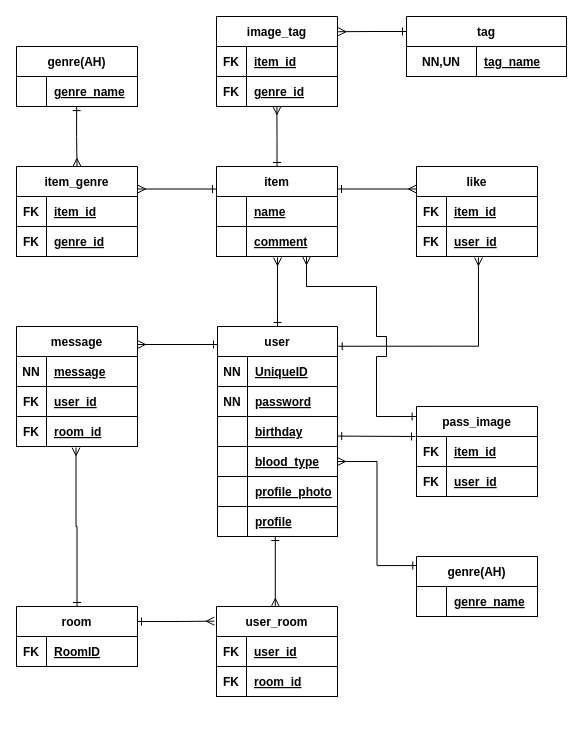
This is ER図.dio from cwarlen-dice/my-favorite-35518, a draw.io file, before an edit. Source tidied: cells renumbered, new cells numbered last; positions are measured from the earlier drawing's top-left corner, leaving out a move shared by most shapes. Both pictures are drawn from the tidied source at 100%, with x=0, y=0 at pixel (16, 16).
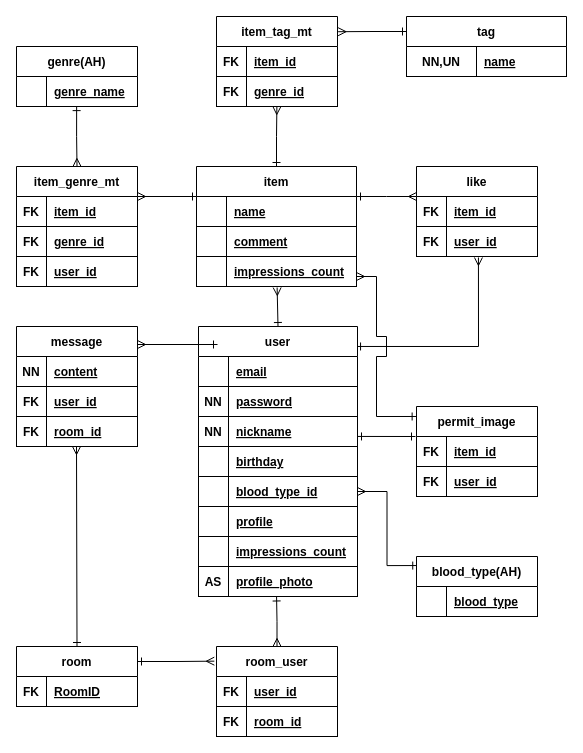
The same page after the edit.

The change refers to these unchanged cells:
```xml
<mxCell id="47" value="like" style="shape=table;startSize=30;childLayout=tableLayout;rowLines=0;fontStyle=1;align=center;" parent="1" vertex="1">
  <mxGeometry x="400" y="150" width="121" height="90" as="geometry" />
</mxCell>
<mxCell id="51" style="shape=partialRectangle;fillColor=none;top=0;left=0;bottom=1;right=0;points=[[0,0.5],[1,0.5]];portConstraint=eastwest;" parent="47" vertex="1">
  <mxGeometry y="60" width="121" height="30" as="geometry" />
</mxCell>
<mxCell id="61" style="shape=partialRectangle;fillColor=none;top=0;left=0;bottom=1;right=0;" parent="60" vertex="1">
  <mxGeometry y="30" width="160" height="30" as="geometry" />
</mxCell>
<mxCell id="65" style="shape=partialRectangle;fillColor=none;top=0;left=0;bottom=1;right=0;" parent="64" vertex="1">
  <mxGeometry y="30" width="121" height="30" as="geometry" />
</mxCell>
<mxCell id="71" style="shape=partialRectangle;fillColor=none;top=0;left=0;bottom=1;right=0;points=[[0,0.5],[1,0.5]];portConstraint=eastwest;" parent="64" vertex="1">
  <mxGeometry y="90" width="121" height="30" as="geometry" />
</mxCell>
<mxCell id="99" style="shape=partialRectangle;fillColor=none;top=0;left=0;bottom=1;right=0;" parent="98" vertex="1">
  <mxGeometry y="30" width="121" height="30" as="geometry" />
</mxCell>
```

What changed in the source:
```diff
@@
-    <mxCell id="3" style="edgeStyle=orthogonalEdgeStyle;rounded=0;jettySize=auto;html=1;entryX=0.512;entryY=1.033;entryDx=0;entryDy=0;entryPerimeter=0;startArrow=ERone;startFill=0;endArrow=ERmany;endFill=0;exitX=1.006;exitY=0.094;exitDx=0;exitDy=0;exitPerimeter=0;" parent="1" edge="1" source="4" target="51">
+    <mxCell id="3" style="edgeStyle=orthogonalEdgeStyle;rounded=0;jettySize=auto;html=1;entryX=0.512;entryY=1.033;entryDx=0;entryDy=0;entryPerimeter=0;startArrow=ERone;startFill=0;endArrow=ERmany;endFill=0;exitX=0.994;exitY=0.074;exitDx=0;exitDy=0;exitPerimeter=0;" parent="1" edge="1" source="4" target="51">
       <mxGeometry relative="1" as="geometry">
         <Array as="points">
           <mxPoint x="462" y="330" />
         </Array>
       </mxGeometry>
     </mxCell>
     <mxCell id="4" value="user" style="shape=table;startSize=30;childLayout=tableLayout;rowLines=0;fontStyle=1;align=center;" parent="1" vertex="1">
-      <mxGeometry x="201" y="310" width="120" height="210" as="geometry" />
+      <mxGeometry x="182" y="310" width="159" height="270" as="geometry" />
     </mxCell>
     <mxCell id="5" style="shape=partialRectangle;fillColor=none;top=0;left=0;bottom=1;right=0;" parent="4" vertex="1">
-      <mxGeometry y="30" width="120" height="30" as="geometry" />
+      <mxGeometry y="30" width="159" height="30" as="geometry" />
     </mxCell>
-    <mxCell id="6" value="NN" style="shape=partialRectangle;fillColor=none;top=0;left=0;bottom=0;right=0;fontStyle=1;overflow=hidden;" parent="5" vertex="1">
+    <mxCell id="6" style="shape=partialRectangle;fillColor=none;top=0;left=0;bottom=0;right=0;fontStyle=1;overflow=hidden;" parent="5" vertex="1">
       <mxGeometry width="30" height="30" as="geometry" />
     </mxCell>
-    <mxCell id="7" value="UniqueID" style="shape=partialRectangle;fillColor=none;top=0;left=0;bottom=0;right=0;align=left;spacingLeft=6;fontStyle=5;overflow=hidden;" parent="5" vertex="1">
-      <mxGeometry x="30" width="90" height="30" as="geometry" />
+    <mxCell id="7" value="email" style="shape=partialRectangle;fillColor=none;top=0;left=0;bottom=0;right=0;align=left;spacingLeft=6;fontStyle=5;overflow=hidden;" parent="5" vertex="1">
+      <mxGeometry x="30" width="129" height="30" as="geometry" />
     </mxCell>
     <mxCell id="8" style="shape=partialRectangle;fillColor=none;top=0;left=0;bottom=1;right=0;" parent="4" vertex="1">
-      <mxGeometry y="60" width="120" height="30" as="geometry" />
+      <mxGeometry y="60" width="159" height="30" as="geometry" />
     </mxCell>
@@
     <mxCell id="10" value="password" style="shape=partialRectangle;fillColor=none;top=0;left=0;bottom=0;right=0;align=left;spacingLeft=6;fontStyle=5;overflow=hidden;" parent="8" vertex="1">
-      <mxGeometry x="30" width="90" height="30" as="geometry" />
+      <mxGeometry x="30" width="129" height="30" as="geometry" />
     </mxCell>
+    <mxCell id="103" style="shape=partialRectangle;fillColor=none;top=0;left=0;bottom=1;right=0;points=[[0,0.5],[1,0.5]];portConstraint=eastwest;" parent="4" vertex="1">
+      <mxGeometry y="90" width="159" height="30" as="geometry" />
+    </mxCell>
+    <mxCell id="104" value="NN" style="shape=partialRectangle;fillColor=none;top=0;left=0;bottom=0;right=0;fontStyle=1;overflow=hidden;" parent="103" vertex="1">
+      <mxGeometry width="30" height="30" as="geometry" />
+    </mxCell>
+    <mxCell id="105" value="nickname" style="shape=partialRectangle;fillColor=none;top=0;left=0;bottom=0;right=0;align=left;spacingLeft=6;fontStyle=5;overflow=hidden;" parent="103" vertex="1">
+      <mxGeometry x="30" width="129" height="30" as="geometry" />
+    </mxCell>
     <mxCell id="11" style="shape=partialRectangle;fillColor=none;top=0;left=0;bottom=1;right=0;" parent="4" vertex="1">
-      <mxGeometry y="90" width="120" height="30" as="geometry" />
+      <mxGeometry y="120" width="159" height="30" as="geometry" />
     </mxCell>
@@
     <mxCell id="13" value="birthday" style="shape=partialRectangle;fillColor=none;top=0;left=0;bottom=0;right=0;align=left;spacingLeft=6;fontStyle=5;overflow=hidden;" parent="11" vertex="1">
-      <mxGeometry x="30" width="90" height="30" as="geometry" />
+      <mxGeometry x="30" width="129" height="30" as="geometry" />
     </mxCell>
     <mxCell id="14" style="shape=partialRectangle;fillColor=none;top=0;left=0;bottom=1;right=0;points=[[0,0.5],[1,0.5]];portConstraint=eastwest;" parent="4" vertex="1">
-      <mxGeometry y="120" width="120" height="30" as="geometry" />
+      <mxGeometry y="150" width="159" height="30" as="geometry" />
     </mxCell>
@@
-    <mxCell id="16" value="blood_type" style="shape=partialRectangle;fillColor=none;top=0;left=0;bottom=0;right=0;align=left;spacingLeft=6;fontStyle=5;overflow=hidden;" parent="14" vertex="1">
-      <mxGeometry x="30" width="90" height="30" as="geometry" />
+    <mxCell id="16" value="blood_type_id" style="shape=partialRectangle;fillColor=none;top=0;left=0;bottom=0;right=0;align=left;spacingLeft=6;fontStyle=5;overflow=hidden;" parent="14" vertex="1">
+      <mxGeometry x="30" width="129" height="30" as="geometry" />
     </mxCell>
+    <mxCell id="20" style="shape=partialRectangle;fillColor=none;top=0;left=0;bottom=1;right=0;" parent="4" vertex="1">
+      <mxGeometry y="180" width="159" height="30" as="geometry" />
+    </mxCell>
+    <mxCell id="21" style="shape=partialRectangle;fillColor=none;top=0;left=0;bottom=0;right=0;fontStyle=1;overflow=hidden;" parent="20" vertex="1">
+      <mxGeometry width="30" height="30" as="geometry" />
+    </mxCell>
+    <mxCell id="22" value="profile" style="shape=partialRectangle;fillColor=none;top=0;left=0;bottom=0;right=0;align=left;spacingLeft=6;fontStyle=5;overflow=hidden;" parent="20" vertex="1">
+      <mxGeometry x="30" width="129" height="30" as="geometry" />
+    </mxCell>
+    <mxCell id="106" style="shape=partialRectangle;fillColor=none;top=0;left=0;bottom=1;right=0;" parent="4" vertex="1">
+      <mxGeometry y="210" width="159" height="30" as="geometry" />
+    </mxCell>
+    <mxCell id="107" style="shape=partialRectangle;fillColor=none;top=0;left=0;bottom=0;right=0;fontStyle=1;overflow=hidden;" parent="106" vertex="1">
+      <mxGeometry width="30" height="30" as="geometry" />
+    </mxCell>
+    <mxCell id="108" value="impressions_count" style="shape=partialRectangle;fillColor=none;top=0;left=0;bottom=0;right=0;align=left;spacingLeft=6;fontStyle=5;overflow=hidden;" parent="106" vertex="1">
+      <mxGeometry x="30" width="129" height="30" as="geometry" />
+    </mxCell>
     <mxCell id="17" style="shape=partialRectangle;fillColor=none;top=0;left=0;bottom=1;right=0;points=[[0,0.5],[1,0.5]];portConstraint=eastwest;" parent="4" vertex="1">
-      <mxGeometry y="150" width="120" height="30" as="geometry" />
+      <mxGeometry y="240" width="159" height="30" as="geometry" />
     </mxCell>
-    <mxCell id="18" style="shape=partialRectangle;fillColor=none;top=0;left=0;bottom=0;right=0;fontStyle=1;overflow=hidden;" parent="17" vertex="1">
+    <mxCell id="18" value="AS" style="shape=partialRectangle;fillColor=none;top=0;left=0;bottom=0;right=0;fontStyle=1;overflow=hidden;" parent="17" vertex="1">
       <mxGeometry width="30" height="30" as="geometry" />
     </mxCell>
     <mxCell id="19" value="profile_photo" style="shape=partialRectangle;fillColor=none;top=0;left=0;bottom=0;right=0;align=left;spacingLeft=6;fontStyle=5;overflow=hidden;" parent="17" vertex="1">
-      <mxGeometry x="30" width="90" height="30" as="geometry" />
+      <mxGeometry x="30" width="129" height="30" as="geometry" />
     </mxCell>
-    <mxCell id="20" style="shape=partialRectangle;fillColor=none;top=0;left=0;bottom=1;right=0;" parent="4" vertex="1">
-      <mxGeometry y="180" width="120" height="30" as="geometry" />
-    </mxCell>
-    <mxCell id="21" style="shape=partialRectangle;fillColor=none;top=0;left=0;bottom=0;right=0;fontStyle=1;overflow=hidden;" parent="20" vertex="1">
-      <mxGeometry width="30" height="30" as="geometry" />
-    </mxCell>
-    <mxCell id="22" value="profile" style="shape=partialRectangle;fillColor=none;top=0;left=0;bottom=0;right=0;align=left;spacingLeft=6;fontStyle=5;overflow=hidden;" parent="20" vertex="1">
-      <mxGeometry x="30" width="90" height="30" as="geometry" />
-    </mxCell>
@@
-    <mxCell id="24" style="edgeStyle=orthogonalEdgeStyle;rounded=0;jettySize=auto;html=1;exitX=1;exitY=0.25;exitDx=0;exitDy=0;entryX=0;entryY=0.25;entryDx=0;entryDy=0;startArrow=ERone;startFill=0;endArrow=ERmany;endFill=0;" parent="1" edge="1" source="26" target="47">
-      <mxGeometry relative="1" as="geometry" />
+    <mxCell id="24" style="edgeStyle=orthogonalEdgeStyle;rounded=0;jettySize=auto;html=1;exitX=1;exitY=0.25;exitDx=0;exitDy=0;startArrow=ERone;startFill=0;endArrow=ERmany;endFill=0;" parent="1" edge="1" source="26">
+      <mxGeometry relative="1" as="geometry">
+        <mxPoint x="400" y="180" as="targetPoint" />
+      </mxGeometry>
     </mxCell>
@@
     <mxCell id="26" value="item" style="shape=table;startSize=30;childLayout=tableLayout;rowLines=0;fontStyle=1;align=center;" parent="1" vertex="1">
-      <mxGeometry x="200" y="150" width="121" height="90" as="geometry" />
+      <mxGeometry x="180" y="150" width="160" height="120" as="geometry" />
     </mxCell>
     <mxCell id="27" style="shape=partialRectangle;fillColor=none;top=0;left=0;bottom=1;right=0;" parent="26" vertex="1">
-      <mxGeometry y="30" width="121" height="30" as="geometry" />
+      <mxGeometry y="30" width="160" height="30" as="geometry" />
     </mxCell>
@@
     <mxCell id="29" value="name" style="shape=partialRectangle;fillColor=none;top=0;left=0;bottom=0;right=0;align=left;spacingLeft=6;fontStyle=5;overflow=hidden;" parent="27" vertex="1">
-      <mxGeometry x="30" width="91" height="30" as="geometry" />
+      <mxGeometry x="30" width="130" height="30" as="geometry" />
     </mxCell>
+    <mxCell id="109" style="shape=partialRectangle;fillColor=none;top=0;left=0;bottom=1;right=0;" parent="26" vertex="1">
+      <mxGeometry y="60" width="160" height="30" as="geometry" />
+    </mxCell>
+    <mxCell id="110" style="shape=partialRectangle;fillColor=none;top=0;left=0;bottom=0;right=0;fontStyle=1;overflow=hidden;" parent="109" vertex="1">
+      <mxGeometry width="30" height="30" as="geometry" />
+    </mxCell>
+    <mxCell id="111" value="comment" style="shape=partialRectangle;fillColor=none;top=0;left=0;bottom=0;right=0;align=left;spacingLeft=6;fontStyle=5;overflow=hidden;" parent="109" vertex="1">
+      <mxGeometry x="30" width="130" height="30" as="geometry" />
+    </mxCell>
     <mxCell id="30" style="shape=partialRectangle;fillColor=none;top=0;left=0;bottom=1;right=0;points=[[0,0.5],[1,0.5]];portConstraint=eastwest;" parent="26" vertex="1">
-      <mxGeometry y="60" width="121" height="30" as="geometry" />
+      <mxGeometry y="90" width="160" height="30" as="geometry" />
     </mxCell>
@@
-    <mxCell id="32" value="comment" style="shape=partialRectangle;fillColor=none;top=0;left=0;bottom=0;right=0;align=left;spacingLeft=6;fontStyle=5;overflow=hidden;" parent="30" vertex="1">
-      <mxGeometry x="30" width="91" height="30" as="geometry" />
+    <mxCell id="32" value="impressions_count" style="shape=partialRectangle;fillColor=none;top=0;left=0;bottom=0;right=0;align=left;spacingLeft=6;fontStyle=5;overflow=hidden;" parent="30" vertex="1">
+      <mxGeometry x="30" width="130" height="30" as="geometry" />
     </mxCell>
-    <mxCell id="33" value="item_genre" style="shape=table;startSize=30;childLayout=tableLayout;rowLines=0;fontStyle=1;align=center;" parent="1" vertex="1">
-      <mxGeometry y="150" width="121" height="90" as="geometry" />
+    <mxCell id="33" value="item_genre_mt" style="shape=table;startSize=30;childLayout=tableLayout;rowLines=0;fontStyle=1;align=center;" parent="1" vertex="1">
+      <mxGeometry y="150" width="121" height="120" as="geometry" />
     </mxCell>
@@
+    <mxCell id="112" style="shape=partialRectangle;fillColor=none;top=0;left=0;bottom=1;right=0;" parent="33" vertex="1">
+      <mxGeometry y="90" width="121" height="30" as="geometry" />
+    </mxCell>
+    <mxCell id="113" value="FK" style="shape=partialRectangle;fillColor=none;top=0;left=0;bottom=0;right=0;fontStyle=1;overflow=hidden;" parent="112" vertex="1">
+      <mxGeometry width="30" height="30" as="geometry" />
+    </mxCell>
+    <mxCell id="114" value="user_id" style="shape=partialRectangle;fillColor=none;top=0;left=0;bottom=0;right=0;align=left;spacingLeft=6;fontStyle=5;overflow=hidden;" parent="112" vertex="1">
+      <mxGeometry x="30" width="91" height="30" as="geometry" />
+    </mxCell>
-    <mxCell id="40" value="image_tag" style="shape=table;startSize=30;childLayout=tableLayout;rowLines=0;fontStyle=1;align=center;" parent="1" vertex="1">
+    <mxCell id="40" value="item_tag_mt" style="shape=table;startSize=30;childLayout=tableLayout;rowLines=0;fontStyle=1;align=center;" parent="1" vertex="1">
       <mxGeometry x="200" width="121" height="90" as="geometry" />
     </mxCell>
@@
-    <mxCell id="63" value="tag_name" style="shape=partialRectangle;fillColor=none;top=0;left=0;bottom=0;right=0;align=left;spacingLeft=6;fontStyle=5;overflow=hidden;" parent="61" vertex="1">
+    <mxCell id="63" value="name" style="shape=partialRectangle;fillColor=none;top=0;left=0;bottom=0;right=0;align=left;spacingLeft=6;fontStyle=5;overflow=hidden;" parent="61" vertex="1">
       <mxGeometry x="70" width="90" height="30" as="geometry" />
     </mxCell>
@@
-    <mxCell id="67" value="message" style="shape=partialRectangle;fillColor=none;top=0;left=0;bottom=0;right=0;align=left;spacingLeft=6;fontStyle=5;overflow=hidden;" parent="65" vertex="1">
+    <mxCell id="67" value="content" style="shape=partialRectangle;fillColor=none;top=0;left=0;bottom=0;right=0;align=left;spacingLeft=6;fontStyle=5;overflow=hidden;" parent="65" vertex="1">
       <mxGeometry x="30" width="91" height="30" as="geometry" />
     </mxCell>
@@
-    <mxCell id="75" style="edgeStyle=orthogonalEdgeStyle;rounded=0;jettySize=auto;html=1;exitX=0.5;exitY=0;exitDx=0;exitDy=0;entryX=0.492;entryY=1.033;entryDx=0;entryDy=0;entryPerimeter=0;startArrow=ERone;startFill=0;endArrow=ERmany;endFill=0;" parent="1" edge="1" source="76" target="71">
-      <mxGeometry relative="1" as="geometry" />
+    <mxCell id="75" style="edgeStyle=orthogonalEdgeStyle;rounded=0;jettySize=auto;html=1;exitX=0.5;exitY=0;exitDx=0;exitDy=0;startArrow=ERone;startFill=0;endArrow=ERmany;endFill=0;" parent="1" edge="1" source="76">
+      <mxGeometry relative="1" as="geometry">
+        <mxPoint x="60" y="430" as="targetPoint" />
+      </mxGeometry>
     </mxCell>
     <mxCell id="76" value="room" style="shape=table;startSize=30;childLayout=tableLayout;rowLines=0;fontStyle=1;align=center;" parent="1" vertex="1">
-      <mxGeometry y="590" width="121" height="60" as="geometry" />
+      <mxGeometry y="630" width="121" height="60" as="geometry" />
     </mxCell>
@@
-    <mxCell id="80" style="edgeStyle=orthogonalEdgeStyle;rounded=0;orthogonalLoop=1;jettySize=auto;html=1;exitX=0.75;exitY=0;exitDx=0;exitDy=0;entryX=0.748;entryY=1;entryDx=0;entryDy=0;entryPerimeter=0;startArrow=ERmany;startFill=0;endArrow=ERone;endFill=0;" parent="1" edge="1">
+    <mxCell id="80" style="edgeStyle=orthogonalEdgeStyle;rounded=0;jettySize=auto;html=1;exitX=0.5;exitY=0;exitDx=0;exitDy=0;startArrow=ERmany;startFill=0;endArrow=ERone;endFill=0;entryX=0.491;entryY=1.016;entryDx=0;entryDy=0;entryPerimeter=0;" parent="1" edge="1" source="81" target="17">
       <mxGeometry relative="1" as="geometry">
-        <mxPoint x="258.8" y="590" as="sourcePoint" />
-        <mxPoint x="258.8" y="520" as="targetPoint" />
+        <Array as="points">
+          <mxPoint x="261" y="605" />
+          <mxPoint x="260" y="605" />
+        </Array>
       </mxGeometry>
     </mxCell>
-    <mxCell id="81" value="user_room" style="shape=table;startSize=30;childLayout=tableLayout;rowLines=0;fontStyle=1;align=center;" parent="1" vertex="1">
-      <mxGeometry x="200" y="590" width="121" height="90" as="geometry" />
+    <mxCell id="81" value="room_user" style="shape=table;startSize=30;childLayout=tableLayout;rowLines=0;fontStyle=1;align=center;" parent="1" vertex="1">
+      <mxGeometry x="200" y="630" width="121" height="90" as="geometry" />
     </mxCell>
@@
-    <mxCell id="89" style="edgeStyle=orthogonalEdgeStyle;rounded=0;jettySize=auto;html=1;entryX=0.744;entryY=1;entryDx=0;entryDy=0;entryPerimeter=0;startArrow=ERone;startFill=0;endArrow=ERmany;endFill=0;exitX=-0.003;exitY=0.111;exitDx=0;exitDy=0;exitPerimeter=0;" parent="1" edge="1" source="90" target="30">
+    <mxCell id="89" style="edgeStyle=orthogonalEdgeStyle;rounded=0;jettySize=auto;html=1;startArrow=ERone;startFill=0;endArrow=ERmany;endFill=0;exitX=-0.003;exitY=0.111;exitDx=0;exitDy=0;exitPerimeter=0;" parent="1" edge="1" source="90">
       <mxGeometry relative="1" as="geometry">
+        <mxPoint x="340" y="260" as="targetPoint" />
         <Array as="points">
           <mxPoint x="360" y="400" />
           <mxPoint x="360" y="340" />
           <mxPoint x="370" y="340" />
           <mxPoint x="370" y="320" />
           <mxPoint x="360" y="320" />
-          <mxPoint x="360" y="270" />
-          <mxPoint x="290" y="270" />
+          <mxPoint x="360" y="260" />
         </Array>
       </mxGeometry>
     </mxCell>
-    <mxCell id="90" value="pass_image" style="shape=table;startSize=30;childLayout=tableLayout;rowLines=0;fontStyle=1;align=center;" parent="1" vertex="1">
+    <mxCell id="90" value="permit_image" style="shape=table;startSize=30;childLayout=tableLayout;rowLines=0;fontStyle=1;align=center;" parent="1" vertex="1">
       <mxGeometry x="400" y="390" width="121" height="90" as="geometry" />
     </mxCell>
@@
-    <mxCell id="97" style="rounded=0;orthogonalLoop=1;jettySize=auto;html=1;exitX=1.002;exitY=0.354;exitDx=0;exitDy=0;startArrow=ERone;startFill=0;endArrow=ERone;endFill=0;exitPerimeter=0;" parent="1" edge="1">
+    <mxCell id="97" style="rounded=0;jettySize=auto;html=1;startArrow=ERone;startFill=0;endArrow=ERone;endFill=0;exitX=1;exitY=0.665;exitDx=0;exitDy=0;exitPerimeter=0;" parent="1" edge="1" source="103">
       <mxGeometry relative="1" as="geometry">
-        <mxPoint x="321.2" y="419.6" as="sourcePoint" />
         <mxPoint x="399" y="420" as="targetPoint" />
       </mxGeometry>
     </mxCell>
-    <mxCell id="98" value="genre(AH)" style="shape=table;startSize=30;childLayout=tableLayout;rowLines=0;fontStyle=1;align=center;" parent="1" vertex="1">
+    <mxCell id="98" value="blood_type(AH)" style="shape=table;startSize=30;childLayout=tableLayout;rowLines=0;fontStyle=1;align=center;" parent="1" vertex="1">
       <mxGeometry x="400" y="540" width="121" height="60" as="geometry" />
     </mxCell>
@@
-    <mxCell id="101" value="genre_name" style="shape=partialRectangle;fillColor=none;top=0;left=0;bottom=0;right=0;align=left;spacingLeft=6;fontStyle=5;overflow=hidden;" parent="99" vertex="1">
+    <mxCell id="101" value="blood_type" style="shape=partialRectangle;fillColor=none;top=0;left=0;bottom=0;right=0;align=left;spacingLeft=6;fontStyle=5;overflow=hidden;" parent="99" vertex="1">
       <mxGeometry x="30" width="91" height="30" as="geometry" />
     </mxCell>
```
